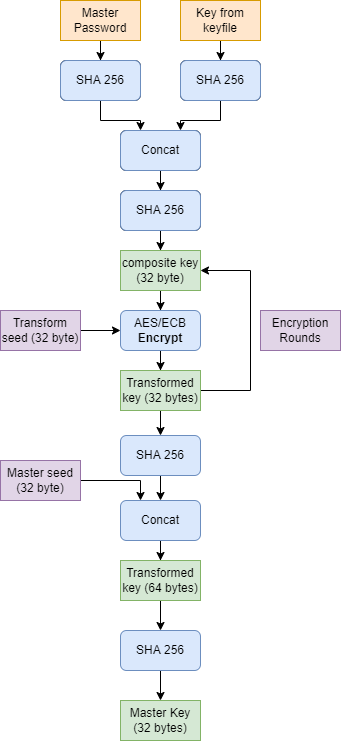
Above: image/process.png in scubajorgen/KeepassDecrypt (draw.io), before the change. Source tidied: cells renumbered, new cells last; positions are measured from the earlier drawing's top-left corner, leaving out a move shared by most shapes. The source it was exported from:
```xml
<mxGraphModel>
  <root>
    <mxCell id="0" />
    <mxCell id="1" parent="0" />
    <mxCell id="2" style="edgeStyle=orthogonalEdgeStyle;rounded=0;jettySize=auto;html=1;" parent="1" edge="1" source="3" target="7">
      <mxGeometry relative="1" as="geometry" />
    </mxCell>
    <mxCell id="3" value="Master Password" style="rounded=0;whiteSpace=wrap;html=1;fillColor=#ffe6cc;strokeColor=#d79b00;" parent="1" vertex="1">
      <mxGeometry x="60" width="80" height="40" as="geometry" />
    </mxCell>
    <mxCell id="4" style="edgeStyle=orthogonalEdgeStyle;rounded=0;jettySize=auto;html=1;" parent="1" edge="1" source="5" target="9">
      <mxGeometry relative="1" as="geometry" />
    </mxCell>
    <mxCell id="5" value="Key from keyfile" style="rounded=0;whiteSpace=wrap;html=1;fillColor=#ffe6cc;strokeColor=#d79b00;" parent="1" vertex="1">
      <mxGeometry x="180" width="80" height="40" as="geometry" />
    </mxCell>
    <mxCell id="6" style="edgeStyle=orthogonalEdgeStyle;rounded=0;jettySize=auto;html=1;entryX=0.25;entryY=0;entryDx=0;entryDy=0;" parent="1" edge="1" source="7" target="11">
      <mxGeometry relative="1" as="geometry" />
    </mxCell>
    <mxCell id="7" value="SHA 256" style="rounded=1;whiteSpace=wrap;html=1;" parent="1" vertex="1">
      <mxGeometry x="60" y="60" width="80" height="40" as="geometry" />
    </mxCell>
    <mxCell id="8" style="edgeStyle=orthogonalEdgeStyle;rounded=0;jettySize=auto;html=1;entryX=0.75;entryY=0;entryDx=0;entryDy=0;" parent="1" edge="1" source="9" target="11">
      <mxGeometry relative="1" as="geometry" />
    </mxCell>
    <mxCell id="9" value="SHA 256" style="rounded=1;whiteSpace=wrap;html=1;" parent="1" vertex="1">
      <mxGeometry x="180" y="60" width="80" height="40" as="geometry" />
    </mxCell>
    <mxCell id="10" style="edgeStyle=orthogonalEdgeStyle;rounded=0;jettySize=auto;html=1;" parent="1" edge="1" source="11" target="13">
      <mxGeometry relative="1" as="geometry" />
    </mxCell>
    <mxCell id="11" value="Concat" style="rounded=1;whiteSpace=wrap;html=1;" parent="1" vertex="1">
      <mxGeometry x="120" y="130" width="80" height="40" as="geometry" />
    </mxCell>
    <mxCell id="12" style="edgeStyle=orthogonalEdgeStyle;rounded=0;jettySize=auto;html=1;" parent="1" edge="1" source="13" target="19">
      <mxGeometry relative="1" as="geometry" />
    </mxCell>
    <mxCell id="13" value="SHA 256" style="rounded=1;whiteSpace=wrap;html=1;" parent="1" vertex="1">
      <mxGeometry x="120" y="190" width="80" height="40" as="geometry" />
    </mxCell>
    <mxCell id="14" style="edgeStyle=orthogonalEdgeStyle;rounded=0;jettySize=auto;html=1;" parent="1" edge="1" source="15" target="21">
      <mxGeometry relative="1" as="geometry" />
    </mxCell>
    <mxCell id="15" value="Transform seed (32 byte)" style="rounded=0;whiteSpace=wrap;html=1;fillColor=#e1d5e7;strokeColor=#9673a6;" parent="1" vertex="1">
      <mxGeometry y="310" width="80" height="40" as="geometry" />
    </mxCell>
    <mxCell id="16" style="edgeStyle=orthogonalEdgeStyle;rounded=0;jettySize=auto;html=1;entryX=0.25;entryY=0;entryDx=0;entryDy=0;" parent="1" edge="1" source="17" target="28">
      <mxGeometry relative="1" as="geometry" />
    </mxCell>
    <mxCell id="17" value="Master seed&lt;br&gt;(32 byte)" style="rounded=0;whiteSpace=wrap;html=1;fillColor=#e1d5e7;strokeColor=#9673a6;" parent="1" vertex="1">
      <mxGeometry y="460" width="80" height="40" as="geometry" />
    </mxCell>
    <mxCell id="18" style="edgeStyle=orthogonalEdgeStyle;rounded=0;jettySize=auto;html=1;" parent="1" edge="1" source="19" target="21">
      <mxGeometry relative="1" as="geometry" />
    </mxCell>
    <mxCell id="19" value="composite key" style="rounded=0;whiteSpace=wrap;html=1;" parent="1" vertex="1">
      <mxGeometry x="120" y="250" width="80" height="40" as="geometry" />
    </mxCell>
    <mxCell id="20" style="edgeStyle=orthogonalEdgeStyle;rounded=0;jettySize=auto;html=1;" parent="1" edge="1" source="21" target="23">
      <mxGeometry relative="1" as="geometry" />
    </mxCell>
    <mxCell id="21" value="AES/ECB&lt;br&gt;&lt;b&gt;Encrypt&lt;/b&gt;" style="rounded=1;whiteSpace=wrap;html=1;fillColor=#dae8fc;strokeColor=#6c8ebf;" parent="1" vertex="1">
      <mxGeometry x="120" y="310" width="80" height="40" as="geometry" />
    </mxCell>
    <mxCell id="22" style="edgeStyle=orthogonalEdgeStyle;rounded=0;jettySize=auto;html=1;" parent="1" edge="1" source="23" target="25">
      <mxGeometry relative="1" as="geometry" />
    </mxCell>
    <mxCell id="23" value="Transformed key" style="rounded=0;whiteSpace=wrap;html=1;" parent="1" vertex="1">
      <mxGeometry x="120" y="370" width="80" height="40" as="geometry" />
    </mxCell>
    <mxCell id="24" style="edgeStyle=orthogonalEdgeStyle;rounded=0;jettySize=auto;html=1;" parent="1" edge="1" source="25" target="28">
      <mxGeometry relative="1" as="geometry" />
    </mxCell>
    <mxCell id="25" value="SHA 256" style="rounded=1;whiteSpace=wrap;html=1;fillColor=#dae8fc;strokeColor=#6c8ebf;" parent="1" vertex="1">
      <mxGeometry x="120" y="435" width="80" height="40" as="geometry" />
    </mxCell>
    <mxCell id="26" style="endArrow=classic;html=1;rounded=0;" parent="1" edge="1" source="23" target="19">
      <mxGeometry relative="1" as="geometry">
        <Array as="points">
          <mxPoint x="250" y="390" />
          <mxPoint x="250" y="270" />
        </Array>
      </mxGeometry>
    </mxCell>
    <mxCell id="27" style="edgeStyle=orthogonalEdgeStyle;rounded=0;jettySize=auto;html=1;" parent="1" edge="1" source="28" target="40">
      <mxGeometry relative="1" as="geometry" />
    </mxCell>
    <mxCell id="28" value="Concat" style="rounded=1;whiteSpace=wrap;html=1;fillColor=#dae8fc;strokeColor=#6c8ebf;" parent="1" vertex="1">
      <mxGeometry x="120" y="500" width="80" height="40" as="geometry" />
    </mxCell>
    <mxCell id="29" style="edgeStyle=orthogonalEdgeStyle;rounded=0;jettySize=auto;html=1;" parent="1" edge="1" source="30" target="31">
      <mxGeometry relative="1" as="geometry" />
    </mxCell>
    <mxCell id="30" value="SHA 256" style="rounded=1;whiteSpace=wrap;html=1;fillColor=#dae8fc;strokeColor=#6c8ebf;" parent="1" vertex="1">
      <mxGeometry x="120" y="630" width="80" height="40" as="geometry" />
    </mxCell>
    <mxCell id="31" value="Master Key&lt;br&gt;(32 bytes)" style="rounded=0;whiteSpace=wrap;html=1;fillColor=#d5e8d4;strokeColor=#82b366;" parent="1" vertex="1">
      <mxGeometry x="120" y="700" width="80" height="40" as="geometry" />
    </mxCell>
    <mxCell id="32" value="SHA 256" style="rounded=1;whiteSpace=wrap;html=1;fillColor=#dae8fc;strokeColor=#6c8ebf;" parent="1" vertex="1">
      <mxGeometry x="60" y="60" width="80" height="40" as="geometry" />
    </mxCell>
    <mxCell id="33" value="SHA 256" style="rounded=1;whiteSpace=wrap;html=1;fillColor=#dae8fc;strokeColor=#6c8ebf;" parent="1" vertex="1">
      <mxGeometry x="180" y="60" width="80" height="40" as="geometry" />
    </mxCell>
    <mxCell id="34" value="Concat" style="rounded=1;whiteSpace=wrap;html=1;fillColor=#dae8fc;strokeColor=#6c8ebf;" parent="1" vertex="1">
      <mxGeometry x="120" y="130" width="80" height="40" as="geometry" />
    </mxCell>
    <mxCell id="35" value="SHA 256" style="rounded=1;whiteSpace=wrap;html=1;fillColor=#dae8fc;strokeColor=#6c8ebf;" parent="1" vertex="1">
      <mxGeometry x="120" y="190" width="80" height="40" as="geometry" />
    </mxCell>
    <mxCell id="36" value="Encryption Rounds" style="rounded=0;whiteSpace=wrap;html=1;fillColor=#e1d5e7;strokeColor=#9673a6;" parent="1" vertex="1">
      <mxGeometry x="260" y="310" width="80" height="40" as="geometry" />
    </mxCell>
    <mxCell id="37" value="composite key&lt;br&gt;(32 byte)" style="rounded=0;whiteSpace=wrap;html=1;fillColor=#d5e8d4;strokeColor=#82b366;" parent="1" vertex="1">
      <mxGeometry x="120" y="250" width="80" height="40" as="geometry" />
    </mxCell>
    <mxCell id="38" value="Transformed key (32 bytes)" style="rounded=0;whiteSpace=wrap;html=1;fillColor=#d5e8d4;strokeColor=#82b366;" parent="1" vertex="1">
      <mxGeometry x="120" y="370" width="80" height="40" as="geometry" />
    </mxCell>
    <mxCell id="39" style="edgeStyle=orthogonalEdgeStyle;rounded=0;jettySize=auto;html=1;" parent="1" edge="1" source="40" target="30">
      <mxGeometry relative="1" as="geometry">
        <Array as="points">
          <mxPoint x="160" y="630" />
          <mxPoint x="160" y="630" />
        </Array>
      </mxGeometry>
    </mxCell>
    <mxCell id="40" value="Transformed key (64 bytes)" style="rounded=0;whiteSpace=wrap;html=1;fillColor=#d5e8d4;strokeColor=#82b366;" parent="1" vertex="1">
      <mxGeometry x="120" y="560" width="80" height="40" as="geometry" />
    </mxCell>
  </root>
</mxGraphModel>
```
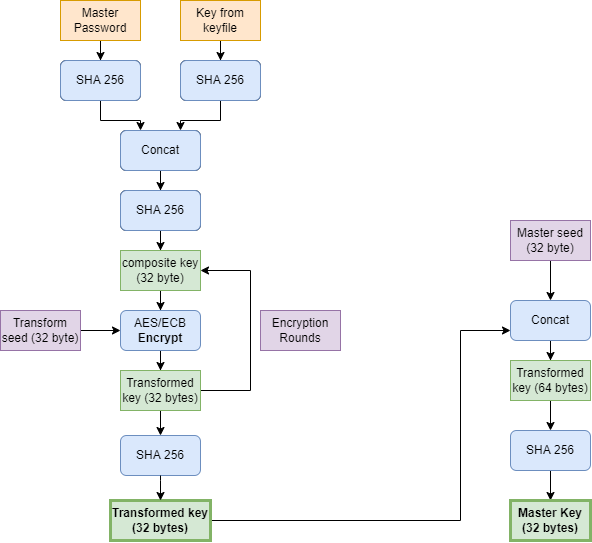
After the commit.

Diff of the diagram source:
```diff
@@ -44,11 +44,11 @@
     <mxCell id="15" value="Transform seed (32 byte)" style="rounded=0;whiteSpace=wrap;html=1;fillColor=#e1d5e7;strokeColor=#9673a6;" parent="1" vertex="1">
       <mxGeometry y="310" width="80" height="40" as="geometry" />
     </mxCell>
-    <mxCell id="16" style="edgeStyle=orthogonalEdgeStyle;rounded=0;jettySize=auto;html=1;entryX=0.25;entryY=0;entryDx=0;entryDy=0;" parent="1" edge="1" source="17" target="28">
+    <mxCell id="16" style="edgeStyle=orthogonalEdgeStyle;rounded=0;jettySize=auto;html=1;" parent="1" edge="1" source="17" target="28">
       <mxGeometry relative="1" as="geometry" />
     </mxCell>
     <mxCell id="17" value="Master seed&lt;br&gt;(32 byte)" style="rounded=0;whiteSpace=wrap;html=1;fillColor=#e1d5e7;strokeColor=#9673a6;" parent="1" vertex="1">
-      <mxGeometry y="460" width="80" height="40" as="geometry" />
+      <mxGeometry x="510" y="220" width="80" height="40" as="geometry" />
     </mxCell>
     <mxCell id="18" style="edgeStyle=orthogonalEdgeStyle;rounded=0;jettySize=auto;html=1;" parent="1" edge="1" source="19" target="21">
       <mxGeometry relative="1" as="geometry" />
@@ -68,8 +68,13 @@
     <mxCell id="23" value="Transformed key" style="rounded=0;whiteSpace=wrap;html=1;" parent="1" vertex="1">
       <mxGeometry x="120" y="370" width="80" height="40" as="geometry" />
     </mxCell>
-    <mxCell id="24" style="edgeStyle=orthogonalEdgeStyle;rounded=0;jettySize=auto;html=1;" parent="1" edge="1" source="25" target="28">
-      <mxGeometry relative="1" as="geometry" />
+    <mxCell id="24" style="edgeStyle=orthogonalEdgeStyle;rounded=0;jettySize=auto;html=1;" parent="1" edge="1" source="41" target="28">
+      <mxGeometry relative="1" as="geometry">
+        <Array as="points">
+          <mxPoint x="460" y="520" />
+          <mxPoint x="460" y="330" />
+        </Array>
+      </mxGeometry>
     </mxCell>
     <mxCell id="25" value="SHA 256" style="rounded=1;whiteSpace=wrap;html=1;fillColor=#dae8fc;strokeColor=#6c8ebf;" parent="1" vertex="1">
       <mxGeometry x="120" y="435" width="80" height="40" as="geometry" />
@@ -86,16 +91,16 @@
       <mxGeometry relative="1" as="geometry" />
     </mxCell>
     <mxCell id="28" value="Concat" style="rounded=1;whiteSpace=wrap;html=1;fillColor=#dae8fc;strokeColor=#6c8ebf;" parent="1" vertex="1">
-      <mxGeometry x="120" y="500" width="80" height="40" as="geometry" />
+      <mxGeometry x="510" y="300" width="80" height="40" as="geometry" />
     </mxCell>
     <mxCell id="29" style="edgeStyle=orthogonalEdgeStyle;rounded=0;jettySize=auto;html=1;" parent="1" edge="1" source="30" target="31">
       <mxGeometry relative="1" as="geometry" />
     </mxCell>
     <mxCell id="30" value="SHA 256" style="rounded=1;whiteSpace=wrap;html=1;fillColor=#dae8fc;strokeColor=#6c8ebf;" parent="1" vertex="1">
-      <mxGeometry x="120" y="630" width="80" height="40" as="geometry" />
+      <mxGeometry x="510" y="430" width="80" height="40" as="geometry" />
     </mxCell>
-    <mxCell id="31" value="Master Key&lt;br&gt;(32 bytes)" style="rounded=0;whiteSpace=wrap;html=1;fillColor=#d5e8d4;strokeColor=#82b366;" parent="1" vertex="1">
-      <mxGeometry x="120" y="700" width="80" height="40" as="geometry" />
+    <mxCell id="31" value="Master Key&lt;br&gt;(32 bytes)" style="rounded=0;whiteSpace=wrap;html=1;fillColor=#d5e8d4;strokeColor=#82b366;strokeWidth=3;fontStyle=1;" parent="1" vertex="1">
+      <mxGeometry x="510" y="500" width="80" height="40" as="geometry" />
     </mxCell>
     <mxCell id="32" value="SHA 256" style="rounded=1;whiteSpace=wrap;html=1;fillColor=#dae8fc;strokeColor=#6c8ebf;" parent="1" vertex="1">
       <mxGeometry x="60" y="60" width="80" height="40" as="geometry" />
@@ -121,13 +126,24 @@
     <mxCell id="39" style="edgeStyle=orthogonalEdgeStyle;rounded=0;jettySize=auto;html=1;" parent="1" edge="1" source="40" target="30">
       <mxGeometry relative="1" as="geometry">
         <Array as="points">
-          <mxPoint x="160" y="630" />
-          <mxPoint x="160" y="630" />
+          <mxPoint x="550" y="430" />
+          <mxPoint x="550" y="430" />
         </Array>
       </mxGeometry>
     </mxCell>
-    <mxCell id="40" value="Transformed key (64 bytes)" style="rounded=0;whiteSpace=wrap;html=1;fillColor=#d5e8d4;strokeColor=#82b366;" parent="1" vertex="1">
-      <mxGeometry x="120" y="560" width="80" height="40" as="geometry" />
+    <mxCell id="40" value="Transformed key (64 bytes)" style="rounded=0;whiteSpace=wrap;html=1;fillColor=#d5e8d4;strokeColor=#82b366;strokeWidth=1;" parent="1" vertex="1">
+      <mxGeometry x="510" y="360" width="80" height="40" as="geometry" />
     </mxCell>
+    <mxCell id="41" value="Transformed key (32 bytes)" style="rounded=0;whiteSpace=wrap;html=1;fillColor=#d5e8d4;strokeColor=#82b366;fontStyle=1;strokeWidth=3;" parent="1" vertex="1">
+      <mxGeometry x="110" y="500" width="100" height="40" as="geometry" />
+    </mxCell>
+    <mxCell id="42" style="edgeStyle=orthogonalEdgeStyle;rounded=0;jettySize=auto;html=1;" parent="1" edge="1" source="25" target="41">
+      <mxGeometry relative="1" as="geometry">
+        <Array as="points">
+          <mxPoint x="160" y="480" />
+          <mxPoint x="160" y="480" />
+        </Array>
+      </mxGeometry>
+    </mxCell>
   </root>
 </mxGraphModel>
```
